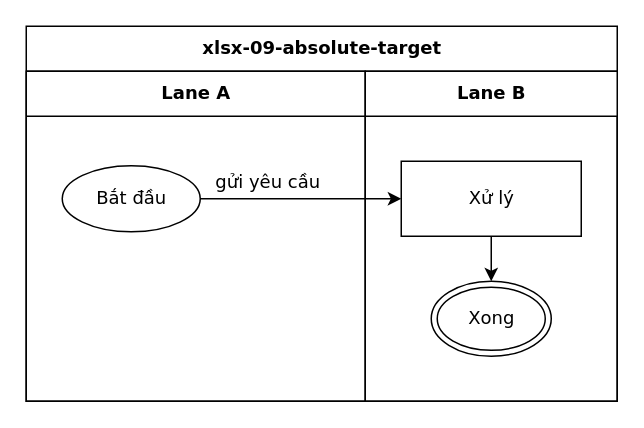
luytbq/flowcast keeps this draw.io diagram as conformance/golden/cases/xlsx-09-absolute-target.drawio. Above is the earlier version. Source tidied: cells renumbered, new cells numbered last; positions are measured from the earlier drawing's top-left corner, leaving out a move shared by most shapes. Both pictures are drawn from the tidied source at 150%, with x=0, y=0 at pixel (26, 26).
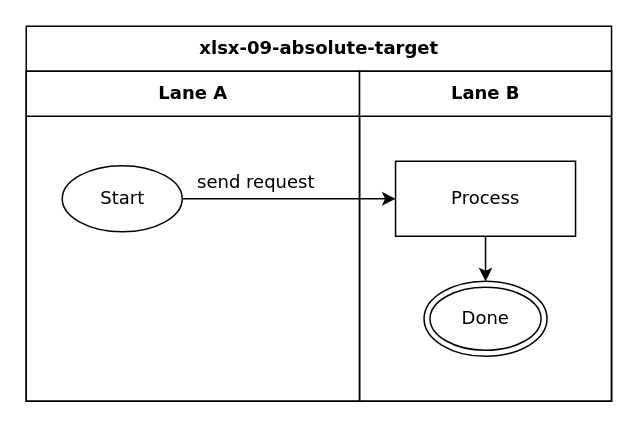
Above is the later version.

What changed in the source:
```diff
@@
 <mxGraphModel>
   <root>
     <mxCell id="0" />
     <mxCell id="1" parent="0" />
     <mxCell id="2" value="xlsx-09-absolute-target" style="swimlane;html=1;startSize=30;fontStyle=1;fontFamily=Verdana;fontSize=12;flowtable=1;" parent="1" vertex="1">
-      <mxGeometry width="394" height="250" as="geometry" />
+      <mxGeometry width="390.2" height="250" as="geometry" />
     </mxCell>
     <mxCell id="3" value="Lane A" style="swimlane;html=1;startSize=30;fontFamily=Verdana;fontSize=12;flowtable=1;" parent="2" vertex="1">
-      <mxGeometry y="30" width="226" height="220" as="geometry" />
+      <mxGeometry y="30" width="222.2" height="220" as="geometry" />
     </mxCell>
     <mxCell id="4" value="Lane B" style="swimlane;html=1;startSize=30;fontFamily=Verdana;fontSize=12;flowtable=1;" parent="2" vertex="1">
-      <mxGeometry x="226" y="30" width="168" height="220" as="geometry" />
+      <mxGeometry x="222.2" y="30" width="168" height="220" as="geometry" />
     </mxCell>
-    <mxCell id="5" value="Bắt đầu" style="ellipse;html=1;fontFamily=Verdana;fontSize=12;flowtable=1;" parent="3" vertex="1">
-      <mxGeometry x="24" y="63" width="92" height="44" as="geometry" />
+    <mxCell id="5" value="Start" style="ellipse;html=1;fontFamily=Verdana;fontSize=12;flowtable=1;" parent="3" vertex="1">
+      <mxGeometry x="24" y="63" width="80" height="44" as="geometry" />
     </mxCell>
-    <mxCell id="6" value="Xử lý" style="rounded=0;html=1;fontFamily=Verdana;fontSize=12;flowtable=1;" parent="4" vertex="1">
+    <mxCell id="6" value="Process" style="rounded=0;html=1;fontFamily=Verdana;fontSize=12;flowtable=1;" parent="4" vertex="1">
       <mxGeometry x="24" y="60" width="120" height="50" as="geometry" />
     </mxCell>
-    <mxCell id="7" value="Xong" style="shape=doubleEllipse;html=1;fontFamily=Verdana;fontSize=12;flowtable=1;" parent="4" vertex="1">
-      <mxGeometry x="44" y="140" width="80" height="50" as="geometry" />
+    <mxCell id="7" value="Done" style="shape=doubleEllipse;html=1;fontFamily=Verdana;fontSize=12;flowtable=1;" parent="4" vertex="1">
+      <mxGeometry x="43" y="140" width="82" height="50" as="geometry" />
     </mxCell>
-    <mxCell id="8" value="gửi yêu cầu" style="edgeStyle=orthogonalEdgeStyle;rounded=0;jettySize=auto;html=1;labelBackgroundColor=default;exitX=1;exitY=0.5;exitDx=0;exitDy=0;entryX=0;entryY=0.5;entryDx=0;entryDy=0;fontFamily=Verdana;fontSize=12;flowtable=1;" parent="2" edge="1" source="5" target="6">
-      <mxGeometry x="-0.33" relative="1" as="geometry">
+    <mxCell id="8" value="send request" style="edgeStyle=orthogonalEdgeStyle;rounded=0;jettySize=auto;html=1;labelBackgroundColor=default;exitX=1;exitY=0.5;exitDx=0;exitDy=0;entryX=0;entryY=0.5;entryDx=0;entryDy=0;fontFamily=Verdana;fontSize=12;flowtable=1;" parent="2" edge="1" source="5" target="6">
+      <mxGeometry x="-0.31" relative="1" as="geometry">
         <mxPoint y="-11.5" as="offset" />
       </mxGeometry>
     </mxCell>
     <mxCell id="9" style="edgeStyle=orthogonalEdgeStyle;rounded=0;jettySize=auto;html=1;labelBackgroundColor=default;exitX=0.5;exitY=1;exitDx=0;exitDy=0;entryX=0.5;entryY=0;entryDx=0;entryDy=0;fontFamily=Verdana;fontSize=12;flowtable=1;" parent="2" edge="1" source="6" target="7">
       <mxGeometry relative="1" as="geometry" />
     </mxCell>
   </root>
 </mxGraphModel>
```
